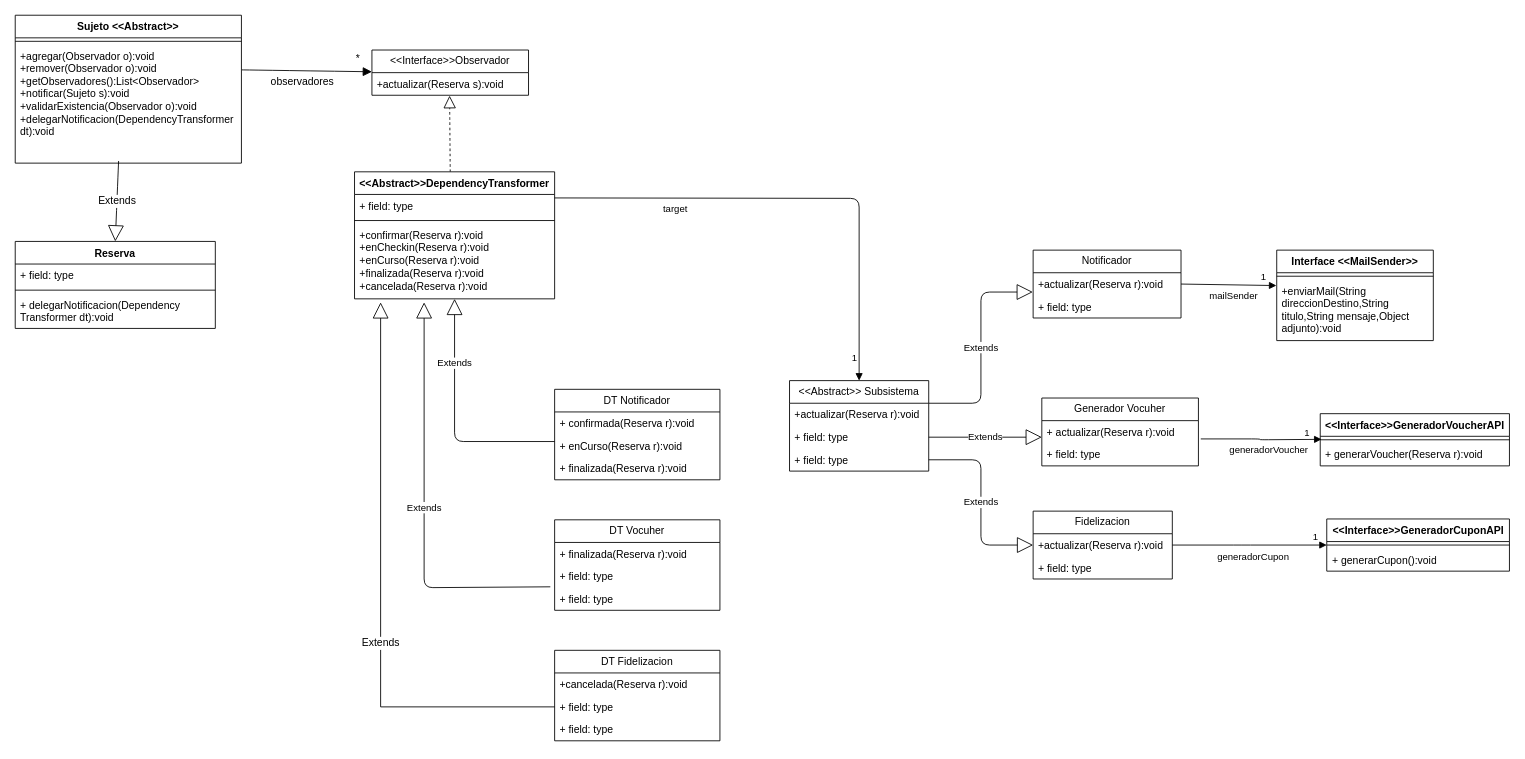
Earlier version of the draw.io diagram UML/2.5 notificaciones de la reserva.drawio (MartinianoOliveto/po2-integrador). Source tidied: cells renumbered, new cells numbered last; positions are measured from the earlier drawing's top-left corner, leaving out a move shared by most shapes. Both pictures are drawn from the tidied source at 87%, with x=0, y=0 at pixel (15, 15).
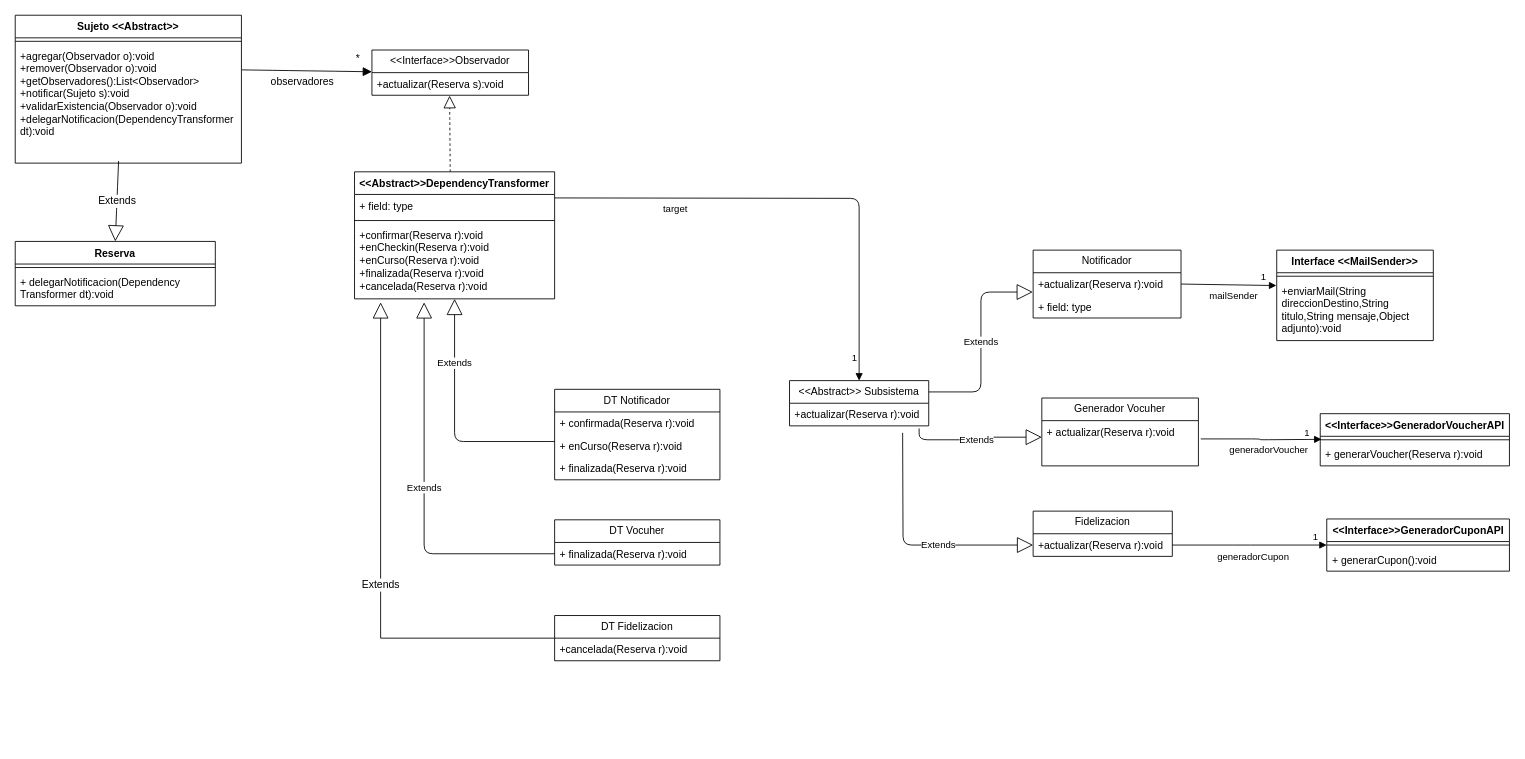
After the change.

Unchanged cells that the change refers to:
```xml
<mxCell id="29" value="Generador Vocuher" style="swimlane;fontStyle=0;horizontal=1;startSize=26;fillColor=none;whiteSpace=wrap;html=1;" parent="1" vertex="1">
  <mxGeometry x="1180" y="440" width="180" height="78" as="geometry" />
</mxCell>
<mxCell id="33" value="+actualizar(Reserva r):void" style="text;strokeColor=none;fillColor=none;align=left;verticalAlign=top;spacingLeft=4;spacingRight=4;overflow=hidden;points=[[0,0.5],[1,0.5]];portConstraint=eastwest;whiteSpace=wrap;html=1;" parent="32" vertex="1">
  <mxGeometry y="26" width="160" height="26" as="geometry" />
</mxCell>
<mxCell id="39" value="&lt;font face=&quot;italica&quot;&gt;+actualizar(Reserva r):void&lt;/font&gt;" style="text;strokeColor=none;fillColor=none;align=left;verticalAlign=top;spacingLeft=4;spacingRight=4;overflow=hidden;points=[[0,0.5],[1,0.5]];portConstraint=eastwest;whiteSpace=wrap;html=1;" parent="38" vertex="1">
  <mxGeometry y="26" width="160" height="26" as="geometry" />
</mxCell>
<mxCell id="52" value="&amp;lt;&amp;lt;Interface&amp;gt;&amp;gt;GeneradorCuponAPI" style="swimlane;fontStyle=1;align=center;verticalAlign=top;horizontal=1;startSize=26;whiteSpace=wrap;html=1;" parent="1" vertex="1">
  <mxGeometry x="1507.5" y="579" width="210" height="60" as="geometry" />
</mxCell>
```

What changed in the source:
```diff
@@
     <mxCell id="2" value="Reserva" style="swimlane;fontStyle=1;align=center;verticalAlign=top;horizontal=1;startSize=26;whiteSpace=wrap;html=1;" parent="1" vertex="1">
-      <mxGeometry y="260" width="230" height="100" as="geometry" />
+      <mxGeometry y="260" width="230" height="74" as="geometry" />
     </mxCell>
-    <mxCell id="3" value="+ field: type" style="text;strokeColor=none;fillColor=none;align=left;verticalAlign=top;spacingLeft=4;spacingRight=4;overflow=hidden;whiteSpace=wrap;html=1;" parent="2" vertex="1">
-      <mxGeometry y="26" width="230" height="26" as="geometry" />
-    </mxCell>
     <mxCell id="4" style="line;strokeWidth=1;fillColor=none;align=left;verticalAlign=middle;spacingTop=-1;spacingLeft=3;spacingRight=3;labelPosition=right;strokeColor=inherit;labelPerimeter=1;" parent="2" vertex="1">
-      <mxGeometry y="52" width="230" height="8" as="geometry" />
+      <mxGeometry y="26" width="230" height="8" as="geometry" />
     </mxCell>
     <mxCell id="5" value="+ delegarNotificacion(Dependency Transformer dt):void" style="text;strokeColor=none;fillColor=none;align=left;verticalAlign=top;spacingLeft=4;spacingRight=4;overflow=hidden;whiteSpace=wrap;html=1;" parent="2" vertex="1">
-      <mxGeometry y="60" width="230" height="40" as="geometry" />
+      <mxGeometry y="34" width="230" height="40" as="geometry" />
     </mxCell>
@@
     <mxCell id="17" value="DT Vocuher" style="swimlane;fontStyle=0;horizontal=1;startSize=26;fillColor=none;whiteSpace=wrap;html=1;" parent="1" vertex="1">
-      <mxGeometry x="620" y="580" width="190" height="104" as="geometry" />
+      <mxGeometry x="620" y="580" width="190" height="52" as="geometry" />
     </mxCell>
@@
-    <mxCell id="19" value="+ field: type" style="text;strokeColor=none;fillColor=none;align=left;verticalAlign=top;spacingLeft=4;spacingRight=4;overflow=hidden;whiteSpace=wrap;html=1;" parent="17" vertex="1">
-      <mxGeometry y="52" width="190" height="26" as="geometry" />
-    </mxCell>
-    <mxCell id="20" value="+ field: type" style="text;strokeColor=none;fillColor=none;align=left;verticalAlign=top;spacingLeft=4;spacingRight=4;overflow=hidden;points=[[0,0.5],[1,0.5]];portConstraint=eastwest;whiteSpace=wrap;html=1;" parent="17" vertex="1">
-      <mxGeometry y="78" width="190" height="26" as="geometry" />
-    </mxCell>
     <mxCell id="21" value="DT Fidelizacion" style="swimlane;fontStyle=0;horizontal=1;startSize=26;fillColor=none;whiteSpace=wrap;html=1;" parent="1" vertex="1">
-      <mxGeometry x="620" y="730" width="190" height="104" as="geometry" />
+      <mxGeometry x="620" y="690" width="190" height="52" as="geometry" />
     </mxCell>
@@
-    <mxCell id="23" value="+ field: type" style="text;strokeColor=none;fillColor=none;align=left;verticalAlign=top;spacingLeft=4;spacingRight=4;overflow=hidden;points=[[0,0.5],[1,0.5]];portConstraint=eastwest;whiteSpace=wrap;html=1;" parent="21" vertex="1">
-      <mxGeometry y="52" width="190" height="26" as="geometry" />
-    </mxCell>
-    <mxCell id="24" value="+ field: type" style="text;strokeColor=none;fillColor=none;align=left;verticalAlign=top;spacingLeft=4;spacingRight=4;overflow=hidden;whiteSpace=wrap;html=1;" parent="21" vertex="1">
-      <mxGeometry y="78" width="190" height="26" as="geometry" />
-    </mxCell>
-    <mxCell id="25" value="Extends" style="endArrow=block;endSize=16;endFill=0;html=1;rounded=0;fontSize=12;defaultLabelBackgroundColor=page;exitX=0;exitY=0.5;exitDx=0;exitDy=0;edgeStyle=orthogonalEdgeStyle;libavoidRouting=1;" parent="1" edge="1" source="23">
-      <mxGeometry x="-0.18" relative="1" as="geometry">
+    <mxCell id="25" value="Extends" style="endArrow=block;endSize=16;endFill=0;html=1;rounded=0;fontSize=12;defaultLabelBackgroundColor=page;exitX=0;exitY=0.5;exitDx=0;exitDy=0;edgeStyle=orthogonalEdgeStyle;libavoidRouting=1;" parent="1" edge="1" source="21">
+      <mxGeometry x="-0.11" relative="1" as="geometry">
         <mxPoint x="420" y="330" as="targetPoint" />
         <Array as="points">
-          <mxPoint x="420" y="795" />
+          <mxPoint x="420" y="716" />
         </Array>
       </mxGeometry>
     </mxCell>
@@
-    <mxCell id="31" value="+ field: type" style="text;strokeColor=none;fillColor=none;align=left;verticalAlign=top;spacingLeft=4;spacingRight=4;overflow=hidden;whiteSpace=wrap;html=1;" parent="29" vertex="1">
+    <mxCell id="31" value="&lt;div&gt;&lt;br&gt;&lt;/div&gt;&lt;div&gt;&lt;br&gt;&lt;/div&gt;" style="text;strokeColor=none;fillColor=none;align=left;verticalAlign=top;spacingLeft=4;spacingRight=4;overflow=hidden;whiteSpace=wrap;html=1;" parent="29" vertex="1">
       <mxGeometry y="52" width="180" height="26" as="geometry" />
     </mxCell>
     <mxCell id="32" value="Fidelizacion" style="swimlane;fontStyle=0;horizontal=1;startSize=26;fillColor=none;whiteSpace=wrap;html=1;" parent="1" vertex="1">
-      <mxGeometry x="1170" y="570" width="160" height="78" as="geometry" />
+      <mxGeometry x="1170" y="570" width="160" height="52" as="geometry" />
     </mxCell>
@@
-    <mxCell id="34" value="+ field: type" style="text;strokeColor=none;fillColor=none;align=left;verticalAlign=top;spacingLeft=4;spacingRight=4;overflow=hidden;whiteSpace=wrap;html=1;" parent="32" vertex="1">
-      <mxGeometry y="52" width="160" height="26" as="geometry" />
-    </mxCell>
@@
     <mxCell id="38" value="&amp;lt;&amp;lt;Abstract&amp;gt;&amp;gt; Subsistema" style="swimlane;fontStyle=0;horizontal=1;startSize=26;fillColor=none;whiteSpace=wrap;html=1;" parent="1" vertex="1">
-      <mxGeometry x="890" y="420" width="160" height="104" as="geometry" />
+      <mxGeometry x="890" y="420" width="160" height="52" as="geometry" />
     </mxCell>
@@
-    <mxCell id="40" value="+ field: type" style="text;strokeColor=none;fillColor=none;align=left;verticalAlign=top;spacingLeft=4;spacingRight=4;overflow=hidden;points=[[0,0.5],[1,0.5]];portConstraint=eastwest;whiteSpace=wrap;html=1;" parent="38" vertex="1">
-      <mxGeometry y="52" width="160" height="26" as="geometry" />
-    </mxCell>
-    <mxCell id="41" value="+ field: type" style="text;strokeColor=none;fillColor=none;align=left;verticalAlign=top;spacingLeft=4;spacingRight=4;overflow=hidden;points=[[0,0.5],[1,0.5]];portConstraint=eastwest;whiteSpace=wrap;html=1;" parent="38" vertex="1">
-      <mxGeometry y="78" width="160" height="26" as="geometry" />
-    </mxCell>
@@
-    <mxCell id="43" value="Extends" style="endArrow=block;endSize=16;endFill=0;html=1;exitX=1;exitY=0.5;exitDx=0;exitDy=0;" parent="1" edge="1" source="40">
+    <mxCell id="43" value="Extends" style="endArrow=block;endSize=16;endFill=0;html=1;exitX=0.931;exitY=1.115;exitDx=0;exitDy=0;exitPerimeter=0;edgeStyle=orthogonalEdgeStyle;libavoidRouting=1;" parent="1" edge="1" source="39">
       <mxGeometry relative="1" as="geometry">
         <mxPoint x="1180" y="485" as="targetPoint" />
+        <Array as="points">
+          <mxPoint x="1039" y="488" />
+          <mxPoint x="1115" y="488" />
+          <mxPoint x="1115" y="485" />
+        </Array>
       </mxGeometry>
     </mxCell>
-    <mxCell id="44" value="Extends" style="endArrow=block;endSize=16;endFill=0;html=1;exitX=1;exitY=0.5;exitDx=0;exitDy=0;entryX=0;entryY=0.5;entryDx=0;entryDy=0;edgeStyle=orthogonalEdgeStyle;" parent="1" edge="1" source="41" target="33">
-      <mxGeometry relative="1" as="geometry" />
+    <mxCell id="44" value="Extends" style="endArrow=block;endSize=16;endFill=0;html=1;entryX=0;entryY=0.5;entryDx=0;entryDy=0;edgeStyle=orthogonalEdgeStyle;" parent="1" edge="1" target="33">
+      <mxGeometry x="0.22" relative="1" as="geometry">
+        <mxPoint x="1020" y="480" as="sourcePoint" />
+      </mxGeometry>
     </mxCell>
@@
-    <mxCell id="57" value="generadorCupon" style="endArrow=block;endFill=1;html=1;align=left;verticalAlign=top;entryX=0;entryY=0.5;entryDx=0;entryDy=0;exitX=1;exitY=0.5;exitDx=0;exitDy=0;" parent="1" edge="1" source="32" target="52">
+    <mxCell id="57" value="generadorCupon" style="endArrow=block;endFill=1;html=1;align=left;verticalAlign=top;entryX=0;entryY=0.5;entryDx=0;entryDy=0;exitX=1;exitY=0.75;exitDx=0;exitDy=0;" parent="1" edge="1" source="32" target="52">
       <mxGeometry x="-0.44" y="-1" relative="1" as="geometry">
         <Array as="points">
           <mxPoint x="1410" y="609" />
         </Array>
       </mxGeometry>
     </mxCell>
@@
-    <mxCell id="66" value="Extends" style="endArrow=block;endSize=16;endFill=0;html=1;exitX=-0.026;exitY=-0.038;exitDx=0;exitDy=0;exitPerimeter=0;edgeStyle=orthogonalEdgeStyle;libavoidRouting=1;" parent="1" edge="1" source="20">
-      <mxGeometry relative="1" as="geometry">
+    <mxCell id="66" value="Extends" style="endArrow=block;endSize=16;endFill=0;html=1;exitX=0;exitY=0.75;exitDx=0;exitDy=0;edgeStyle=orthogonalEdgeStyle;libavoidRouting=1;" parent="1" edge="1" source="17">
+      <mxGeometry x="0.03" relative="1" as="geometry">
         <mxPoint x="470" y="330" as="targetPoint" />
         <Array as="points">
-          <mxPoint x="470" y="658" />
+          <mxPoint x="470" y="619" />
         </Array>
       </mxGeometry>
     </mxCell>
```
